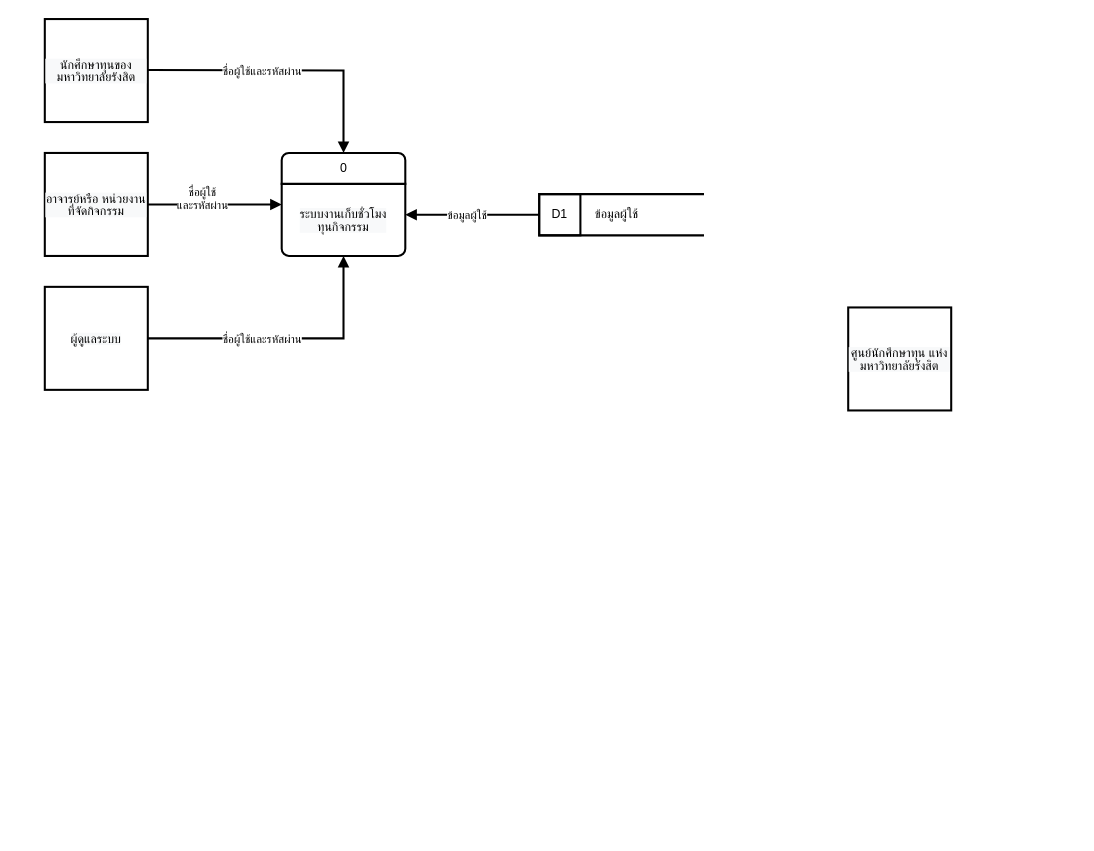
Before: page "Data Flow Diagram" (3 of 4) of Entity Relationship Diagram.drawio in 8luex/collecting_scholarship, a draw.io diagram. Source tidied: cells renumbered, new cells numbered last; positions are measured from the earlier drawing's top-left corner, leaving out a move shared by most shapes. Both pictures are drawn from the tidied source at 103%, with x=0, y=0 at pixel (44, 19).
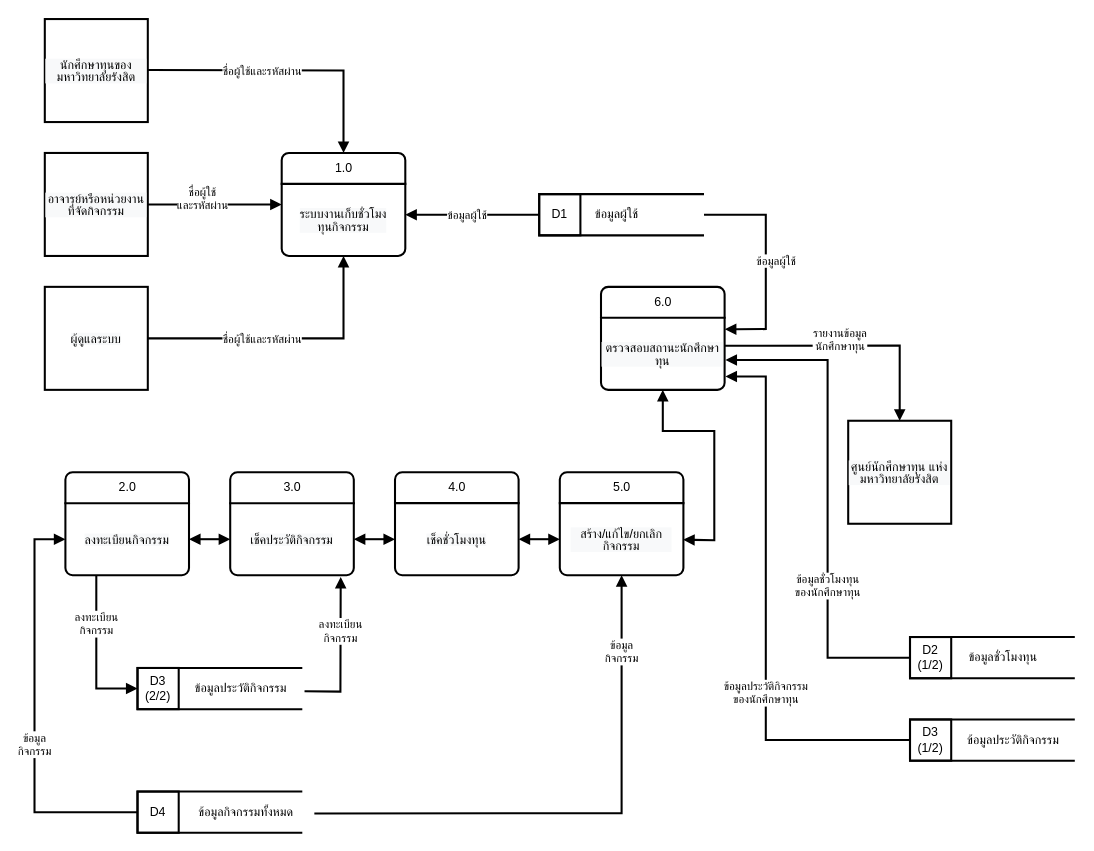
After the change.

The change refers to these unchanged cells:
```xml
<mxCell id="6" style="group;" parent="4" vertex="1">
  <mxGeometry width="120" height="90" as="geometry" />
</mxCell>
<mxCell id="12" style="group;" parent="1" vertex="1">
  <mxGeometry y="130" width="100" height="100" as="geometry" />
</mxCell>
<mxCell id="19" value="&lt;p style=&quot;line-height: 120%;&quot;&gt;&lt;br&gt;&lt;/p&gt;" style="rounded=0;whiteSpace=wrap;html=1;absoluteArcSize=1;arcSize=14;strokeWidth=2;fillColor=none;" parent="18" vertex="1">
  <mxGeometry width="100" height="100" as="geometry" />
</mxCell>
<mxCell id="26" style="strokeWidth=2;html=1;shape=mxgraph.flowchart.annotation_1;align=left;rounded=0;fillColor=none;" parent="25" vertex="1">
  <mxGeometry width="160" height="40" as="geometry" />
</mxCell>
```

What changed in the source:
```diff
@@
-    <mxCell id="7" value="0" style="text;html=1;align=center;verticalAlign=middle;fillColor=none;rounded=0;strokeWidth=2;" parent="6" vertex="1">
-      <mxGeometry x="45" width="30" height="30" as="geometry" />
+    <mxCell id="7" value="1.0" style="text;html=1;align=center;verticalAlign=middle;fillColor=none;rounded=0;strokeWidth=2;" parent="6" vertex="1">
+      <mxGeometry x="40" width="40" height="30" as="geometry" />
     </mxCell>
@@
-    <mxCell id="14" value="&lt;p style=&quot;orphans: 2; text-indent: 0px; widows: 2; background-color: rgb(248, 249, 250); text-decoration-thickness: initial; text-decoration-style: initial; text-decoration-color: initial; line-height: 100%;&quot;&gt;&lt;font color=&quot;#000000&quot;&gt;อาจารย์หรือ หน่วยงานที่จัดกิจกรรม&lt;/font&gt;&lt;br&gt;&lt;/p&gt;" style="text;whiteSpace=wrap;html=1;fontColor=#095C86;align=center;verticalAlign=middle;" parent="12" vertex="1">
+    <mxCell id="14" value="&lt;p style=&quot;orphans: 2; text-indent: 0px; widows: 2; background-color: rgb(248, 249, 250); text-decoration-thickness: initial; text-decoration-style: initial; text-decoration-color: initial; line-height: 100%;&quot;&gt;&lt;font color=&quot;#000000&quot;&gt;อาจารย์หรือหน่วยงานที่จัดกิจกรรม&lt;/font&gt;&lt;br&gt;&lt;/p&gt;" style="text;whiteSpace=wrap;html=1;fontColor=#095C86;align=center;verticalAlign=middle;" parent="12" vertex="1">
       <mxGeometry y="20" width="100" height="60" as="geometry" />
     </mxCell>
@@
     <mxCell id="18" style="group;" parent="1" vertex="1">
-      <mxGeometry x="780" y="280" width="100" height="100" as="geometry" />
+      <mxGeometry x="780" y="390" width="100" height="100" as="geometry" />
     </mxCell>
@@
+    <mxCell id="29" style="group;verticalAlign=middle;" parent="1" vertex="1">
+      <mxGeometry x="540" y="260" width="120" height="105" as="geometry" />
+    </mxCell>
+    <mxCell id="30" style="rounded=1;whiteSpace=wrap;html=1;absoluteArcSize=1;arcSize=14;strokeWidth=2;fillColor=none;" parent="29" vertex="1">
+      <mxGeometry width="120" height="100" as="geometry" />
+    </mxCell>
+    <mxCell id="31" style="group;" parent="29" vertex="1">
+      <mxGeometry width="120" height="100" as="geometry" />
+    </mxCell>
+    <mxCell id="32" style="shape=partialRectangle;whiteSpace=wrap;html=1;right=0;top=0;bottom=0;fillColor=none;routingCenterX=-0.5;rounded=1;rotation=90;strokeWidth=2;" parent="31" vertex="1">
+      <mxGeometry x="25" y="5" width="70" height="120" as="geometry" />
+    </mxCell>
+    <mxCell id="33" style="group;" parent="31" vertex="1">
+      <mxGeometry width="120" height="90" as="geometry" />
+    </mxCell>
+    <mxCell id="34" value="6.0" style="text;html=1;align=center;verticalAlign=middle;fillColor=none;rounded=0;strokeWidth=2;" parent="33" vertex="1">
+      <mxGeometry x="40" width="40" height="30" as="geometry" />
+    </mxCell>
+    <mxCell id="35" value="&lt;p style=&quot;orphans: 2; text-indent: 0px; widows: 2; background-color: rgb(248, 249, 250); text-decoration-thickness: initial; text-decoration-style: initial; text-decoration-color: initial; line-height: 100%;&quot;&gt;&lt;font color=&quot;#000000&quot;&gt;ตรวจสอบสถานะนักศึกษาทุน&lt;/font&gt;&lt;br&gt;&lt;/p&gt;" style="text;whiteSpace=wrap;html=1;fontColor=#095C86;align=center;verticalAlign=middle;" parent="31" vertex="1">
+      <mxGeometry y="35" width="120" height="60" as="geometry" />
+    </mxCell>
+    <mxCell id="36" value="&lt;font color=&quot;#000000&quot;&gt;ข้อมูลผู้ใช้&lt;/font&gt;" style="html=1;verticalAlign=bottom;endArrow=none;rounded=0;strokeWidth=2;fontColor=#095C86;fillColor=none;entryX=1;entryY=0.5;entryDx=0;entryDy=0;entryPerimeter=0;startArrow=block;startFill=1;endFill=0;exitX=1.002;exitY=0.102;exitDx=0;exitDy=0;exitPerimeter=0;" parent="1" edge="1" source="35" target="26">
+      <mxGeometry x="-0.08" y="-10" relative="1" as="geometry">
+        <Array as="points">
+          <mxPoint x="700" y="301" />
+          <mxPoint x="700" y="190" />
+        </Array>
+      </mxGeometry>
+    </mxCell>
+    <mxCell id="37" value="&lt;font color=&quot;#000000&quot;&gt;รายงานข้อมูล&lt;br&gt;นักศึกษาทุน&lt;/font&gt;" style="html=1;verticalAlign=bottom;endArrow=block;rounded=0;strokeWidth=2;fontColor=#095C86;fillColor=none;entryX=0.5;entryY=0;entryDx=0;entryDy=0;exitX=1.002;exitY=0.369;exitDx=0;exitDy=0;exitPerimeter=0;" parent="1" edge="1" source="35" target="19">
+      <mxGeometry x="-0.08" y="-10" relative="1" as="geometry">
+        <Array as="points">
+          <mxPoint x="830" y="317" />
+        </Array>
+      </mxGeometry>
+    </mxCell>
+    <mxCell id="38" style="group;verticalAlign=middle;" parent="1" vertex="1">
+      <mxGeometry x="20" y="440" width="120" height="105" as="geometry" />
+    </mxCell>
+    <mxCell id="39" style="rounded=1;whiteSpace=wrap;html=1;absoluteArcSize=1;arcSize=14;strokeWidth=2;fillColor=none;" parent="38" vertex="1">
+      <mxGeometry width="120" height="100" as="geometry" />
+    </mxCell>
+    <mxCell id="40" style="group;" parent="38" vertex="1">
+      <mxGeometry width="120" height="100" as="geometry" />
+    </mxCell>
+    <mxCell id="41" style="shape=partialRectangle;whiteSpace=wrap;html=1;right=0;top=0;bottom=0;fillColor=none;routingCenterX=-0.5;rounded=1;rotation=90;strokeWidth=2;" parent="40" vertex="1">
+      <mxGeometry x="25" y="5" width="70" height="120" as="geometry" />
+    </mxCell>
+    <mxCell id="42" style="group;" parent="40" vertex="1">
+      <mxGeometry width="120" height="90" as="geometry" />
+    </mxCell>
+    <mxCell id="43" value="2.0" style="text;html=1;align=center;verticalAlign=middle;fillColor=none;rounded=0;strokeWidth=2;" parent="42" vertex="1">
+      <mxGeometry x="40" width="40" height="30" as="geometry" />
+    </mxCell>
+    <mxCell id="44" value="&lt;p style=&quot;orphans: 2; text-indent: 0px; widows: 2; background-color: rgb(248, 249, 250); text-decoration-thickness: initial; text-decoration-style: initial; text-decoration-color: initial; line-height: 100%;&quot;&gt;&lt;font color=&quot;#000000&quot;&gt;ลงทะเบียนกิจกรรม&lt;/font&gt;&lt;br&gt;&lt;/p&gt;" style="text;whiteSpace=wrap;html=1;fontColor=#095C86;align=center;verticalAlign=middle;" parent="40" vertex="1">
+      <mxGeometry y="35" width="120" height="60" as="geometry" />
+    </mxCell>
+    <mxCell id="45" style="group;verticalAlign=middle;" parent="1" vertex="1">
+      <mxGeometry x="180" y="440" width="120" height="105" as="geometry" />
+    </mxCell>
+    <mxCell id="46" style="rounded=1;whiteSpace=wrap;html=1;absoluteArcSize=1;arcSize=14;strokeWidth=2;fillColor=none;" parent="45" vertex="1">
+      <mxGeometry width="120" height="100" as="geometry" />
+    </mxCell>
+    <mxCell id="47" style="group;" parent="45" vertex="1">
+      <mxGeometry width="120" height="100" as="geometry" />
+    </mxCell>
+    <mxCell id="48" style="shape=partialRectangle;whiteSpace=wrap;html=1;right=0;top=0;bottom=0;fillColor=none;routingCenterX=-0.5;rounded=1;rotation=90;strokeWidth=2;" parent="47" vertex="1">
+      <mxGeometry x="25" y="5" width="70" height="120" as="geometry" />
+    </mxCell>
+    <mxCell id="49" style="group;" parent="47" vertex="1">
+      <mxGeometry width="120" height="90" as="geometry" />
+    </mxCell>
+    <mxCell id="50" value="3.0" style="text;html=1;align=center;verticalAlign=middle;fillColor=none;rounded=0;strokeWidth=2;" parent="49" vertex="1">
+      <mxGeometry x="40" width="40" height="30" as="geometry" />
+    </mxCell>
+    <mxCell id="51" value="&lt;p style=&quot;orphans: 2; text-indent: 0px; widows: 2; background-color: rgb(248, 249, 250); text-decoration-thickness: initial; text-decoration-style: initial; text-decoration-color: initial; line-height: 100%;&quot;&gt;&lt;font color=&quot;#000000&quot;&gt;เช็คประวัติกิจกรรม&lt;/font&gt;&lt;br&gt;&lt;/p&gt;" style="text;whiteSpace=wrap;html=1;fontColor=#095C86;align=center;verticalAlign=middle;" parent="47" vertex="1">
+      <mxGeometry y="35" width="120" height="60" as="geometry" />
+    </mxCell>
+    <mxCell id="52" style="group;verticalAlign=middle;" parent="1" vertex="1">
+      <mxGeometry x="340" y="440" width="120" height="105" as="geometry" />
+    </mxCell>
+    <mxCell id="53" style="rounded=1;whiteSpace=wrap;html=1;absoluteArcSize=1;arcSize=14;strokeWidth=2;fillColor=none;" parent="52" vertex="1">
+      <mxGeometry width="120" height="100" as="geometry" />
+    </mxCell>
+    <mxCell id="54" style="group;" parent="52" vertex="1">
+      <mxGeometry width="120" height="100" as="geometry" />
+    </mxCell>
+    <mxCell id="55" style="shape=partialRectangle;whiteSpace=wrap;html=1;right=0;top=0;bottom=0;fillColor=none;routingCenterX=-0.5;rounded=1;rotation=90;strokeWidth=2;" parent="54" vertex="1">
+      <mxGeometry x="25" y="5" width="70" height="120" as="geometry" />
+    </mxCell>
+    <mxCell id="56" style="group;" parent="54" vertex="1">
+      <mxGeometry width="120" height="90" as="geometry" />
+    </mxCell>
+    <mxCell id="57" value="4.0" style="text;html=1;align=center;verticalAlign=middle;fillColor=none;rounded=0;strokeWidth=2;" parent="56" vertex="1">
+      <mxGeometry x="40" width="40" height="30" as="geometry" />
+    </mxCell>
+    <mxCell id="58" value="&lt;p style=&quot;orphans: 2; text-indent: 0px; widows: 2; background-color: rgb(248, 249, 250); text-decoration-thickness: initial; text-decoration-style: initial; text-decoration-color: initial; line-height: 100%;&quot;&gt;&lt;font color=&quot;#000000&quot;&gt;เช็คชั่วโมงทุน&lt;/font&gt;&lt;br&gt;&lt;/p&gt;" style="text;whiteSpace=wrap;html=1;fontColor=#095C86;align=center;verticalAlign=middle;" parent="54" vertex="1">
+      <mxGeometry y="35" width="120" height="60" as="geometry" />
+    </mxCell>
+    <mxCell id="59" style="group;verticalAlign=middle;" parent="1" vertex="1">
+      <mxGeometry x="500" y="440" width="120" height="105" as="geometry" />
+    </mxCell>
+    <mxCell id="60" style="rounded=1;whiteSpace=wrap;html=1;absoluteArcSize=1;arcSize=14;strokeWidth=2;fillColor=none;" parent="59" vertex="1">
+      <mxGeometry width="120" height="100" as="geometry" />
+    </mxCell>
+    <mxCell id="61" style="group;" parent="59" vertex="1">
+      <mxGeometry width="120" height="100" as="geometry" />
+    </mxCell>
+    <mxCell id="62" style="shape=partialRectangle;whiteSpace=wrap;html=1;right=0;top=0;bottom=0;fillColor=none;routingCenterX=-0.5;rounded=1;rotation=90;strokeWidth=2;" parent="61" vertex="1">
+      <mxGeometry x="25" y="5" width="70" height="120" as="geometry" />
+    </mxCell>
+    <mxCell id="63" value="&lt;p style=&quot;orphans: 2; text-indent: 0px; widows: 2; background-color: rgb(248, 249, 250); text-decoration-thickness: initial; text-decoration-style: initial; text-decoration-color: initial; line-height: 100%;&quot;&gt;&lt;font color=&quot;#000000&quot;&gt;สร้าง/แก้ไข/ยกเลิก กิจกรรม&lt;/font&gt;&lt;br&gt;&lt;/p&gt;" style="text;whiteSpace=wrap;html=1;fontColor=#095C86;align=center;verticalAlign=middle;" parent="61" vertex="1">
+      <mxGeometry x="10" y="35" width="100" height="60" as="geometry" />
+    </mxCell>
+    <mxCell id="64" style="group;" parent="61" vertex="1">
+      <mxGeometry width="120" height="90" as="geometry" />
+    </mxCell>
+    <mxCell id="65" value="5.0" style="text;html=1;align=center;verticalAlign=middle;fillColor=none;rounded=0;strokeWidth=2;" parent="64" vertex="1">
+      <mxGeometry x="40" width="40" height="30" as="geometry" />
+    </mxCell>
+    <mxCell id="66" style="group;" parent="1" vertex="1">
+      <mxGeometry x="840" y="600" width="160" height="40" as="geometry" />
+    </mxCell>
+    <mxCell id="67" style="strokeWidth=2;html=1;shape=mxgraph.flowchart.annotation_1;align=left;rounded=0;fillColor=none;" parent="66" vertex="1">
+      <mxGeometry width="160" height="40" as="geometry" />
+    </mxCell>
+    <mxCell id="68" style="group;" parent="66" vertex="1">
+      <mxGeometry width="140" height="40" as="geometry" />
+    </mxCell>
+    <mxCell id="69" value="D2&lt;br&gt;(1/2)" style="rounded=0;whiteSpace=wrap;html=1;absoluteArcSize=1;arcSize=14;strokeWidth=2;fillColor=none;" parent="68" vertex="1">
+      <mxGeometry width="40" height="40" as="geometry" />
+    </mxCell>
+    <mxCell id="70" value="ข้อมูลชั่วโมงทุน" style="text;html=1;align=center;verticalAlign=middle;fillColor=none;strokeColor=none;rounded=0;strokeWidth=2;fontColor=#000000;" parent="68" vertex="1">
+      <mxGeometry x="40" y="5" width="100" height="30" as="geometry" />
+    </mxCell>
+    <mxCell id="71" style="group;" parent="1" vertex="1">
+      <mxGeometry x="840" y="680" width="160" height="40" as="geometry" />
+    </mxCell>
+    <mxCell id="72" style="strokeWidth=2;html=1;shape=mxgraph.flowchart.annotation_1;align=left;rounded=0;fillColor=none;" parent="71" vertex="1">
+      <mxGeometry width="160" height="40" as="geometry" />
+    </mxCell>
+    <mxCell id="73" style="group;" parent="71" vertex="1">
+      <mxGeometry width="150" height="40" as="geometry" />
+    </mxCell>
+    <mxCell id="74" value="D3&lt;br&gt;(1/2)" style="rounded=0;whiteSpace=wrap;html=1;absoluteArcSize=1;arcSize=14;strokeWidth=2;fillColor=none;" parent="73" vertex="1">
+      <mxGeometry width="40" height="40" as="geometry" />
+    </mxCell>
+    <mxCell id="75" value="ข้อมูลประวัติกิจกรรม" style="text;html=1;align=center;verticalAlign=middle;fillColor=none;strokeColor=none;rounded=0;strokeWidth=2;fontColor=#000000;" parent="73" vertex="1">
+      <mxGeometry x="40" y="5" width="120" height="30" as="geometry" />
+    </mxCell>
+    <mxCell id="76" value="&lt;font color=&quot;#000000&quot;&gt;ข้อมูลชั่วโมงทุน&lt;br&gt;ของนักศึกษาทุน&lt;/font&gt;" style="html=1;verticalAlign=bottom;endArrow=block;rounded=0;strokeWidth=2;fontColor=#095C86;fillColor=none;entryX=1.007;entryY=0.599;entryDx=0;entryDy=0;exitX=0;exitY=0.5;exitDx=0;exitDy=0;entryPerimeter=0;" parent="1" edge="1" source="69" target="35">
+      <mxGeometry x="-0.43" relative="1" as="geometry">
+        <Array as="points">
+          <mxPoint x="760" y="620" />
+          <mxPoint x="760" y="331" />
+        </Array>
+        <mxPoint y="-1" as="offset" />
+      </mxGeometry>
+    </mxCell>
+    <mxCell id="77" value="&lt;font color=&quot;#000000&quot;&gt;ข้อมูลประวัติกิจกรรม&lt;br&gt;ของนักศึกษาทุน&lt;/font&gt;" style="html=1;verticalAlign=bottom;endArrow=block;rounded=0;strokeWidth=2;fontColor=#095C86;fillColor=none;entryX=1.007;entryY=0.866;entryDx=0;entryDy=0;exitX=0;exitY=0.5;exitDx=0;exitDy=0;entryPerimeter=0;" parent="1" edge="1" source="74" target="35">
+      <mxGeometry x="-0.36" relative="1" as="geometry">
+        <Array as="points">
+          <mxPoint x="700" y="700" />
+          <mxPoint x="700" y="347" />
+        </Array>
+      </mxGeometry>
+    </mxCell>
+    <mxCell id="78" style="html=1;verticalAlign=bottom;endArrow=block;rounded=0;strokeWidth=2;fontColor=#000000;fillColor=none;startArrow=block;startFill=1;entryX=1;entryY=0.5;entryDx=0;entryDy=0;exitX=0.998;exitY=0.655;exitDx=0;exitDy=0;exitPerimeter=0;" parent="1" edge="1" source="60" target="32">
+      <mxGeometry relative="1" as="geometry">
+        <Array as="points">
+          <mxPoint x="650" y="506" />
+          <mxPoint x="650" y="400" />
+          <mxPoint x="600" y="400" />
+        </Array>
+      </mxGeometry>
+    </mxCell>
+    <mxCell id="79" style="html=1;verticalAlign=bottom;endArrow=block;rounded=0;strokeWidth=2;fontColor=#000000;fillColor=none;startArrow=block;startFill=1;exitX=1;exitY=0.5;exitDx=0;exitDy=0;" parent="1" edge="1" source="58">
+      <mxGeometry relative="1" as="geometry">
+        <mxPoint x="500" y="505" as="targetPoint" />
+      </mxGeometry>
+    </mxCell>
+    <mxCell id="80" style="html=1;verticalAlign=bottom;endArrow=block;rounded=0;strokeWidth=2;fontColor=#000000;fillColor=none;startArrow=block;startFill=1;exitX=1;exitY=0.5;exitDx=0;exitDy=0;entryX=0;entryY=0.5;entryDx=0;entryDy=0;" parent="1" edge="1" source="51" target="58">
+      <mxGeometry relative="1" as="geometry" />
+    </mxCell>
+    <mxCell id="81" style="html=1;verticalAlign=bottom;endArrow=block;rounded=0;strokeWidth=2;fontColor=#000000;fillColor=none;startArrow=block;startFill=1;exitX=1;exitY=0.5;exitDx=0;exitDy=0;entryX=0;entryY=0.5;entryDx=0;entryDy=0;" parent="1" edge="1" source="44" target="51">
+      <mxGeometry relative="1" as="geometry" />
+    </mxCell>
+    <mxCell id="82" style="group;" parent="1" vertex="1">
+      <mxGeometry x="90" y="630" width="160" height="40" as="geometry" />
+    </mxCell>
+    <mxCell id="83" style="strokeWidth=2;html=1;shape=mxgraph.flowchart.annotation_1;align=left;rounded=0;fillColor=none;" parent="82" vertex="1">
+      <mxGeometry width="160" height="40" as="geometry" />
+    </mxCell>
+    <mxCell id="84" style="group;" parent="82" vertex="1">
+      <mxGeometry width="150" height="40" as="geometry" />
+    </mxCell>
+    <mxCell id="85" value="D3&lt;br&gt;(2/2)" style="rounded=0;whiteSpace=wrap;html=1;absoluteArcSize=1;arcSize=14;strokeWidth=2;fillColor=none;" parent="84" vertex="1">
+      <mxGeometry width="40" height="40" as="geometry" />
+    </mxCell>
+    <mxCell id="86" value="ข้อมูลประวัติกิจกรรม" style="text;html=1;align=center;verticalAlign=middle;points=[];fillColor=none;strokeColor=none;rounded=0;strokeWidth=2;fontColor=#000000;" parent="84" vertex="1">
+      <mxGeometry x="40" y="5" width="120" height="30" as="geometry" />
+    </mxCell>
+    <mxCell id="87" value="&lt;font color=&quot;#000000&quot;&gt;ลงทะเบียน&lt;br&gt;กิจกรรม&lt;/font&gt;" style="html=1;verticalAlign=bottom;endArrow=block;rounded=0;strokeWidth=2;fontColor=#095C86;fillColor=none;entryX=0;entryY=0.5;entryDx=0;entryDy=0;exitX=1;exitY=0.75;exitDx=0;exitDy=0;" parent="1" edge="1" source="41" target="85">
+      <mxGeometry x="-0.16" relative="1" as="geometry">
+        <Array as="points">
+          <mxPoint x="50" y="570" />
+          <mxPoint x="50" y="650" />
+        </Array>
+      </mxGeometry>
+    </mxCell>
+    <mxCell id="88" value="&lt;font color=&quot;#000000&quot;&gt;ลงทะเบียน&lt;br&gt;กิจกรรม&lt;/font&gt;" style="html=1;verticalAlign=bottom;endArrow=block;rounded=0;strokeWidth=2;fontColor=#095C86;fillColor=none;exitX=1.018;exitY=0.588;exitDx=0;exitDy=0;exitPerimeter=0;entryX=1.024;entryY=0.106;entryDx=0;entryDy=0;entryPerimeter=0;" parent="1" edge="1" source="86" target="48">
+      <mxGeometry x="0.07" relative="1" as="geometry">
+        <Array as="points">
+          <mxPoint x="287" y="653" />
+        </Array>
+      </mxGeometry>
+    </mxCell>
+    <mxCell id="89" style="group;" parent="1" vertex="1">
+      <mxGeometry x="90" y="750" width="160" height="40" as="geometry" />
+    </mxCell>
+    <mxCell id="90" style="strokeWidth=2;html=1;shape=mxgraph.flowchart.annotation_1;align=left;rounded=0;fillColor=none;" parent="89" vertex="1">
+      <mxGeometry width="160" height="40" as="geometry" />
+    </mxCell>
+    <mxCell id="91" value="D4" style="rounded=0;whiteSpace=wrap;html=1;absoluteArcSize=1;arcSize=14;strokeWidth=2;fillColor=none;" parent="89" vertex="1">
+      <mxGeometry width="40" height="40" as="geometry" />
+    </mxCell>
+    <mxCell id="92" value="ข้อมูลกิจกรรมทั้งหมด" style="text;html=1;align=center;verticalAlign=middle;points=[];fillColor=none;strokeColor=none;rounded=0;strokeWidth=2;fontColor=#000000;" parent="89" vertex="1">
+      <mxGeometry x="40" y="5" width="130" height="30" as="geometry" />
+    </mxCell>
+    <mxCell id="93" value="&lt;font color=&quot;#000000&quot;&gt;ข้อมูล&lt;br&gt;กิจกรรม&lt;/font&gt;" style="html=1;verticalAlign=bottom;endArrow=block;rounded=0;strokeWidth=2;fontColor=#095C86;fillColor=none;exitX=0;exitY=0.5;exitDx=0;exitDy=0;entryX=0;entryY=0.5;entryDx=0;entryDy=0;" parent="1" edge="1" source="91" target="44">
+      <mxGeometry x="-0.24" relative="1" as="geometry">
+        <Array as="points">
+          <mxPoint x="-10" y="770" />
+          <mxPoint x="-10" y="505" />
+        </Array>
+      </mxGeometry>
+    </mxCell>
+    <mxCell id="94" value="&lt;font color=&quot;#000000&quot;&gt;ข้อมูล&lt;br&gt;กิจกรรม&lt;/font&gt;" style="html=1;verticalAlign=bottom;endArrow=block;rounded=0;strokeWidth=2;fontColor=#095C86;fillColor=none;exitX=1.013;exitY=0.544;exitDx=0;exitDy=0;entryX=0.5;entryY=1;entryDx=0;entryDy=0;exitPerimeter=0;" parent="1" edge="1" source="92" target="60">
+      <mxGeometry x="0.66" relative="1" as="geometry">
+        <Array as="points">
+          <mxPoint x="560" y="771" />
+        </Array>
+      </mxGeometry>
+    </mxCell>
```
